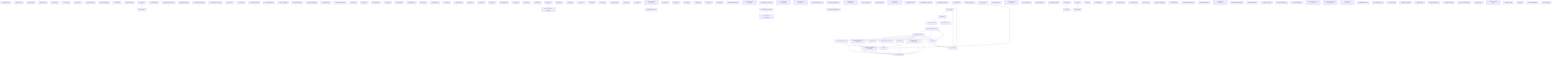
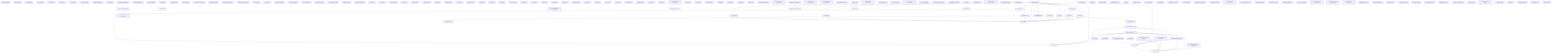
graph TD
  _code_review_graph__gitignore[".gitignore (module)"]
  _code_review_graph_graph_db["graph (module)"]
  _code_review_graph_graph_db_shm["graph (module)"]
  _code_review_graph_graph_db_wal["graph (module)"]
  _env[".env (module)"]
  _env_example[".env (module)"]
  _env_local[".env (module)"]
  _gitignore[".gitignore (module)"]
  AGENTS_md["AGENTS (document)"]
  backend__env[".env (module)"]
+   backend_api_index_ts["index (module)"]
+   backend_package_lock_json["package-lock (module)"]
  backend_package_json["package (module)"]
  backend_src_app_ts["app (module)"]
  backend_src_config_index_ts["index (config)"]
  backend_src_controllers_auth_controller_ts["auth.controller (controller)"]
  backend_src_database_db_ts["db (model)"]
  backend_src_repositories_otp_repository_ts["otp.repository (repository)"]
  backend_src_repositories_password_reset_repository_ts["password-reset.repository (repository)"]
  backend_src_repositories_session_repository_ts["session.repository (repository)"]
  backend_src_repositories_user_repository_ts["user.repository (repository)"]
  backend_src_routes_auth_routes_ts["auth.routes (route)"]
  backend_src_routes_govid_routes_ts["govid.routes (route)"]
  backend_src_routes_index_ts["index (route)"]
  backend_src_server_ts["server (module)"]
  backend_src_services_auth_service_ts["auth.service (service)"]
  backend_src_utils_hash_util_ts["hash.util (util)"]
  backend_src_utils_jwt_util_ts["jwt.util (util)"]
  backend_src_utils_otp_util_ts["otp.util (util)"]
  backend_tsconfig_json["tsconfig (module)"]
+   backend_vercel_json["vercel (module)"]
  data_smart_bharat_db_json["smart_bharat_db (module)"]
  DESIGN_md["DESIGN (document)"]
  docs_firebase_auth_md["firebase-auth (document)"]
  e2e_button_audit_spec_ts["button_audit.spec (module)"]
  frontend__env[".env (module)"]
  frontend__env_local[".env (module)"]
  frontend_components_json["components (module)"]
  frontend_eslint_config_mjs["eslint.config (module)"]
  frontend_next_env_d_ts["next-env.d (module)"]
  frontend_next_config_ts["next.config (module)"]
  frontend_package_lock_json["package-lock (module)"]
  frontend_package_json["package (module)"]
  frontend_postcss_config_mjs["postcss.config (module)"]
  frontend_src_app_admin_ids_page_tsx["page (page)"]
  frontend_src_app_admin_page_tsx["page (page)"]
  frontend_src_app_ai_loading_tsx["loading (module)"]
  frontend_src_app_ai_page_tsx["page (page)"]
-   frontend_src_app_api_chat_route_ts["route (module)"]
+   frontend_src_app_api_assistant_route_ts["route (module)"]
  frontend_src_app_assistant_loading_tsx["loading (module)"]
  frontend_src_app_assistant_page_tsx["page (page)"]
  frontend_src_app_complaints_loading_tsx["loading (module)"]
  frontend_src_app_complaints_page_tsx["page (page)"]
  frontend_src_app_credentials_loading_tsx["loading (module)"]
  frontend_src_app_credentials_page_tsx["page (page)"]
  frontend_src_app_forgot_password_page_tsx["page (page)"]
  frontend_src_app_framework_page_tsx["page (page)"]
  frontend_src_app_globals_css["globals (style)"]
  frontend_src_app_id_loading_tsx["loading (module)"]
  frontend_src_app_id_page_tsx["page (page)"]
  frontend_src_app_id_track_page_tsx["page (page)"]
  frontend_src_app_id__id__page_tsx["page (page)"]
  frontend_src_app_layout_tsx["layout (page)"]
  frontend_src_app_login_page_tsx["page (page)"]
+   frontend_src_app_manifest_ts["manifest (module)"]
  frontend_src_app_page_tsx["page (page)"]
  frontend_src_app_privacy_page_tsx["page (page)"]
  frontend_src_app_profile_page_tsx["page (page)"]
  frontend_src_app_reset_password_page_tsx["page (page)"]
+   frontend_src_app_robots_ts["robots (module)"]
  frontend_src_app_schemes_loading_tsx["loading (module)"]
  frontend_src_app_schemes_page_tsx["page (page)"]
  frontend_src_app_schemes_track_page_tsx["page (page)"]
  frontend_src_app_schemes__id__page_tsx["page (page)"]
  frontend_src_app_schemes__id__SchemeDetailsClient_tsx["SchemeDetailsClient (module)"]
  frontend_src_app_security_page_tsx["page (page)"]
  frontend_src_app_signup_page_tsx["page (page)"]
+   frontend_src_app_sitemap_ts["sitemap (module)"]
  frontend_src_app_standards_page_tsx["page (page)"]
  frontend_src_app_terms_page_tsx["page (page)"]
  frontend_src_app_track_page_tsx["page (page)"]
  frontend_src_app_vault_page_tsx["page (page)"]
  frontend_src_components_ai_AIAssistant_tsx["AIAssistant (component)"]
  frontend_src_components_ai_AssistantThreeScene_tsx["AssistantThreeScene (component)"]
  frontend_src_components_auth_CompleteProfileModal_tsx["CompleteProfileModal (component)"]
  frontend_src_components_auth_GoogleSignInButton_tsx["GoogleSignInButton (component)"]
  frontend_src_components_auth_OtpInput_tsx["OtpInput (component)"]
  frontend_src_components_auth_OtpVerificationForm_tsx["OtpVerificationForm (component)"]
  frontend_src_components_auth_PasswordStrengthMeter_tsx["PasswordStrengthMeter (component)"]
  frontend_src_components_ClientShells_tsx["ClientShells (component)"]
  frontend_src_components_DocumentSelector_tsx["DocumentSelector (component)"]
  frontend_src_components_DynamicForm_tsx["DynamicForm (component)"]
  frontend_src_components_EligibilityEngine_tsx["EligibilityEngine (component)"]
  frontend_src_components_Footer_tsx["Footer (component)"]
  frontend_src_components_Hero_tsx["Hero (component)"]
  frontend_src_components_HeroShowcase_tsx["HeroShowcase (component)"]
  frontend_src_components_Navbar_tsx["Navbar (component)"]
  frontend_src_components_PageWrapper_tsx["PageWrapper (component)"]
  frontend_src_components_RouteGuard_tsx["RouteGuard (component)"]
  frontend_src_components_SmartUpload_tsx["SmartUpload (component)"]
  frontend_src_components_SpotlightCard_css["SpotlightCard (component)"]
  frontend_src_components_SpotlightCard_tsx["SpotlightCard (component)"]
-   frontend_src_components_ui_button_tsx["button (component)"]
  frontend_src_components_ui_card_tsx["card (component)"]
-   frontend_src_components_ui_input_tsx["input (component)"]
  frontend_src_components_ui_interactive_3d_robot_tsx["interactive-3d-robot (component)"]
-   frontend_src_components_ui_label_tsx["label (component)"]
-   frontend_src_components_ui_splite_tsx["splite (component)"]
  frontend_src_context_AuthContext_tsx["AuthContext (context)"]
+   frontend_src_lib_ai_classifier_ts["classifier (util)"]
+   frontend_src_lib_ai_memory_ts["memory (util)"]
+   frontend_src_lib_ai_modelRouter_ts["modelRouter (util)"]
+   frontend_src_lib_ai_orchestrator_ts["orchestrator (util)"]
+   frontend_src_lib_ai_promptBuilder_ts["promptBuilder (util)"]
+   frontend_src_lib_ai_rag_ts["rag (util)"]
+   frontend_src_lib_ai_security_ts["security (util)"]
+   frontend_src_lib_ai_tools_ts["tools (util)"]
+   frontend_src_lib_ai_types_ts["types (type)"]
+   frontend_src_lib_ai_validator_ts["validator (util)"]
  frontend_src_lib_api_auth_api_ts["auth.api (util)"]
  frontend_src_lib_api_client_ts["client (util)"]
  frontend_src_lib_auth_ts["auth (util)"]
  frontend_src_lib_data_ts["data (util)"]
  frontend_src_lib_firebase_ts["firebase (util)"]
  frontend_src_lib_knowledge_ts["knowledge (util)"]
+   frontend_src_lib_useChatHistory_ts["useChatHistory (util)"]
  frontend_src_lib_utils_ts["utils (util)"]
  frontend_tsconfig_json["tsconfig (module)"]
  frontend_tsconfig_tsbuildinfo["tsconfig (module)"]
  memory_api_md["api (document)"]
  memory_architecture_md["architecture (document)"]
  memory_bugs_md["bugs (document)"]
  memory_business_rules_md["business-rules (document)"]
  memory_changelog_md["changelog (document)"]
  memory_coding_standards_md["coding-standards (document)"]
  memory_current_status_md["current-status (document)"]
  memory_database_md["database (document)"]
  memory_decisions_md["decisions (document)"]
  memory_deployment_md["deployment (document)"]
  memory_how_to_run_md["how-to-run (document)"]
  memory_module_government_ids_md["module-government-ids (document)"]
  memory_production_implementation_spec_md["production-implementation-spec (document)"]
  memory_project_overview_md["project-overview (document)"]
  memory_README_md["README (document)"]
  memory_tech_stack_md["tech-stack (document)"]
  memory_todo_md["todo (document)"]
  package_lock_json["package-lock (module)"]
  package_json["package (module)"]
  PRODUCT_md["PRODUCT (document)"]
  README_md["README (document)"]
  scripts_build_review_graph_js["build-review-graph (script)"]
  scripts_graphify_js["graphify (script)"]
  scripts_validate_graph_output_js["validate-graph-output (script)"]
  shared_package_json["package (module)"]
  shared_src_index_ts["index (module)"]
  shared_src_types_auth_ts["auth (type)"]
  shared_src_validations_password_ts["password (validation)"]
  shared_tsconfig_json["tsconfig (module)"]
+   vercel_json["vercel (module)"]
+   backend_api_index_ts --> backend_src_app_ts
  backend_src_app_ts --> backend_src_routes_index_ts
  backend_src_app_ts --> backend_src_config_index_ts
  backend_src_controllers_auth_controller_ts --> backend_src_services_auth_service_ts
  backend_src_controllers_auth_controller_ts --> backend_src_repositories_user_repository_ts
  backend_src_controllers_auth_controller_ts --> backend_src_repositories_session_repository_ts
  backend_src_controllers_auth_controller_ts --> backend_src_utils_jwt_util_ts
  backend_src_database_db_ts --> shared_src_index_ts
  backend_src_repositories_otp_repository_ts --> backend_src_database_db_ts
  backend_src_repositories_otp_repository_ts --> shared_src_index_ts
  backend_src_repositories_password_reset_repository_ts --> backend_src_database_db_ts
  backend_src_repositories_password_reset_repository_ts --> shared_src_index_ts
  backend_src_repositories_session_repository_ts --> backend_src_database_db_ts
  backend_src_repositories_session_repository_ts --> shared_src_index_ts
  backend_src_repositories_user_repository_ts --> backend_src_database_db_ts
  backend_src_repositories_user_repository_ts --> shared_src_index_ts
  backend_src_routes_auth_routes_ts --> backend_src_controllers_auth_controller_ts
  backend_src_routes_index_ts --> backend_src_routes_auth_routes_ts
  backend_src_routes_index_ts --> backend_src_routes_govid_routes_ts
  backend_src_server_ts --> backend_src_app_ts
  backend_src_server_ts --> backend_src_config_index_ts
  backend_src_server_ts --> backend_src_database_db_ts
  backend_src_services_auth_service_ts --> backend_src_repositories_user_repository_ts
  backend_src_services_auth_service_ts --> backend_src_repositories_otp_repository_ts
  backend_src_services_auth_service_ts --> backend_src_repositories_session_repository_ts
  backend_src_services_auth_service_ts --> backend_src_repositories_password_reset_repository_ts
  backend_src_services_auth_service_ts --> backend_src_utils_hash_util_ts
  backend_src_services_auth_service_ts --> backend_src_utils_otp_util_ts
  backend_src_services_auth_service_ts --> shared_src_index_ts
  backend_src_services_auth_service_ts --> backend_src_config_index_ts
  backend_src_services_auth_service_ts --> backend_src_utils_jwt_util_ts
  backend_src_utils_jwt_util_ts --> backend_src_config_index_ts
  frontend_src_app_layout_tsx --> frontend_src_app_globals_css
  frontend_src_app_schemes__id__page_tsx --> frontend_src_app_schemes__id__SchemeDetailsClient_tsx
  frontend_src_components_auth_CompleteProfileModal_tsx --> frontend_src_components_auth_OtpInput_tsx
  frontend_src_components_auth_PasswordStrengthMeter_tsx --> shared_src_index_ts
  frontend_src_components_DynamicForm_tsx --> frontend_src_components_SmartUpload_tsx
  frontend_src_components_SmartUpload_tsx --> frontend_src_components_DocumentSelector_tsx
  frontend_src_components_SpotlightCard_tsx --> frontend_src_components_SpotlightCard_css
+   frontend_src_lib_ai_classifier_ts --> frontend_src_lib_ai_types_ts
+   frontend_src_lib_ai_memory_ts --> frontend_src_lib_ai_types_ts
+   frontend_src_lib_ai_modelRouter_ts --> frontend_src_lib_ai_types_ts
+   frontend_src_lib_ai_orchestrator_ts --> frontend_src_lib_ai_security_ts
+   frontend_src_lib_ai_orchestrator_ts --> frontend_src_lib_ai_classifier_ts
+   frontend_src_lib_ai_orchestrator_ts --> frontend_src_lib_ai_memory_ts
+   frontend_src_lib_ai_orchestrator_ts --> frontend_src_lib_ai_rag_ts
+   frontend_src_lib_ai_orchestrator_ts --> frontend_src_lib_ai_tools_ts
+   frontend_src_lib_ai_orchestrator_ts --> frontend_src_lib_ai_promptBuilder_ts
+   frontend_src_lib_ai_orchestrator_ts --> frontend_src_lib_ai_modelRouter_ts
+   frontend_src_lib_ai_orchestrator_ts --> frontend_src_lib_ai_validator_ts
+   frontend_src_lib_ai_orchestrator_ts --> frontend_src_lib_ai_types_ts
+   frontend_src_lib_ai_promptBuilder_ts --> frontend_src_lib_ai_types_ts
+   frontend_src_lib_ai_rag_ts --> frontend_src_lib_ai_types_ts
+   frontend_src_lib_ai_security_ts --> frontend_src_lib_ai_types_ts
+   frontend_src_lib_ai_tools_ts --> frontend_src_lib_ai_types_ts
+   frontend_src_lib_ai_validator_ts --> frontend_src_lib_ai_types_ts
+   frontend_src_lib_ai_validator_ts --> frontend_src_lib_ai_security_ts
  frontend_src_lib_api_auth_api_ts --> frontend_src_lib_api_client_ts
  frontend_src_lib_auth_ts --> frontend_src_lib_firebase_ts
